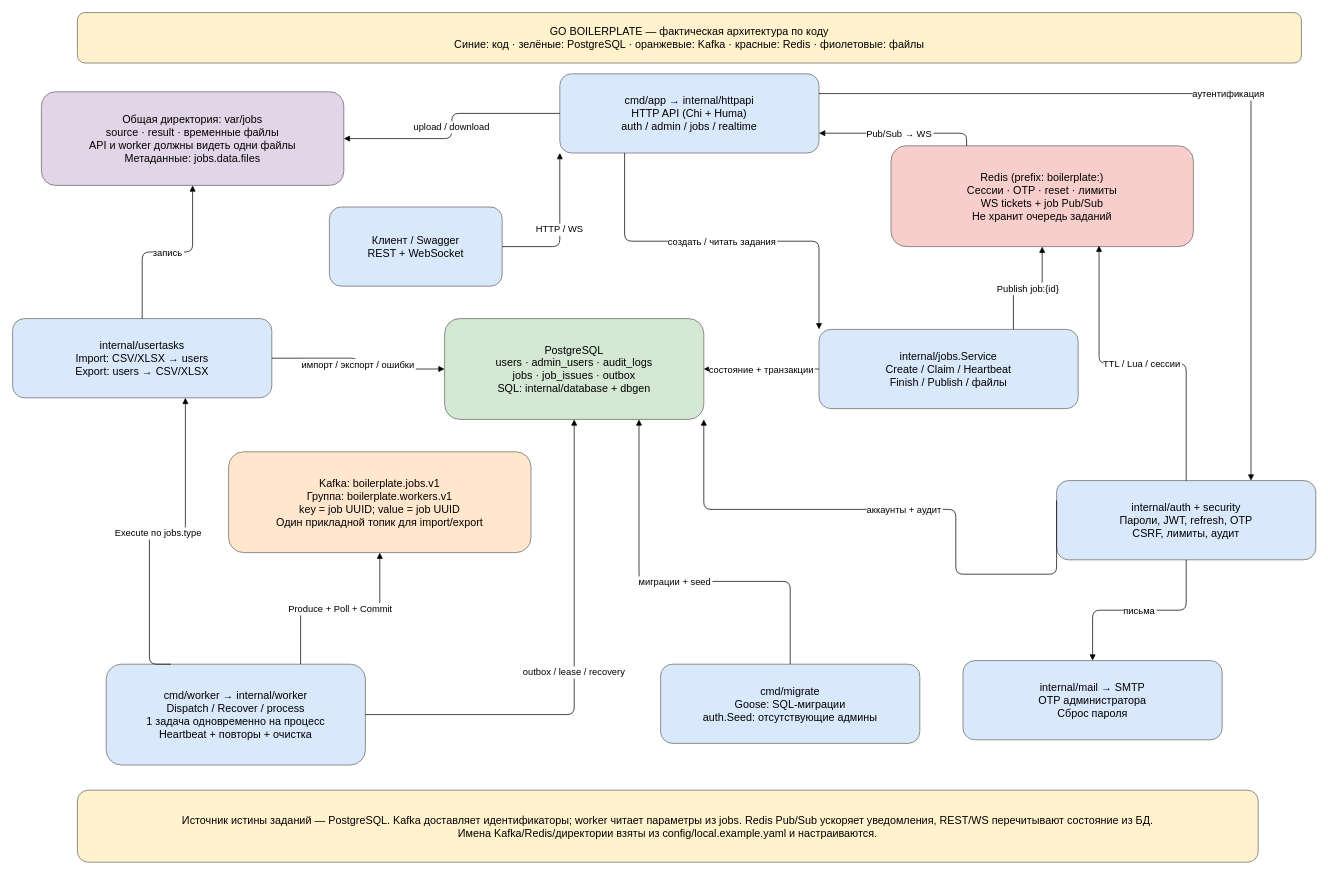
baibakovkir/go-boilerplate keeps this draw.io diagram as page "1. Сервисы и хранилища" (1 of 3) of docs/processes.drawio. Above is the earlier version. Source tidied: cells renumbered, new cells numbered last; positions are measured from the earlier drawing's top-left corner, leaving out a move shared by most shapes. Both pictures are drawn from the tidied source at 72%, with x=0, y=0 at pixel (12, 12).
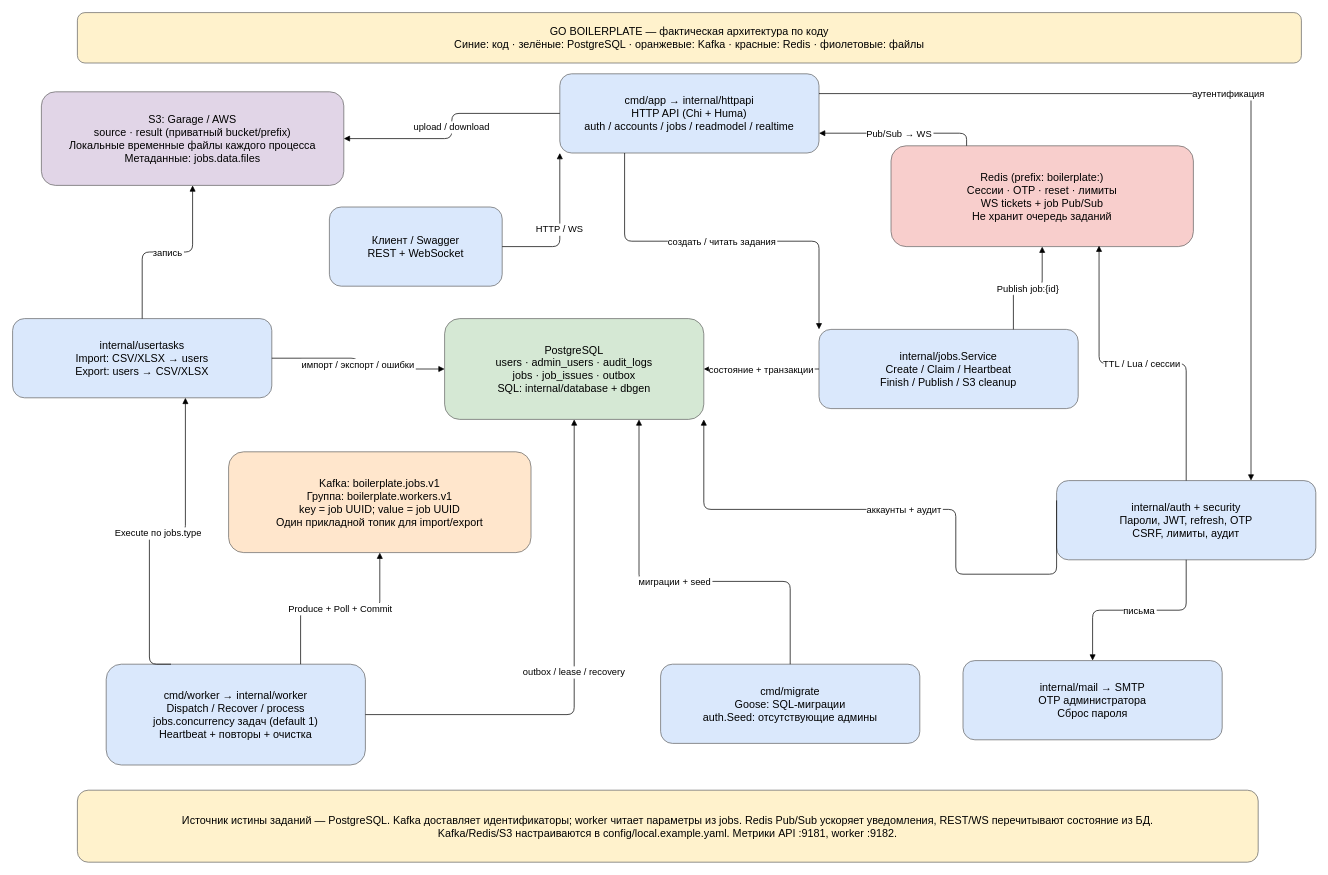
The same page after the edit.

Diff of the diagram source:
```diff
@@
-    <mxCell id="4" value="cmd/app → internal/httpapi&#10;HTTP API (Chi + Huma)&#10;auth / admin / jobs / realtime" style="rounded=1;whiteSpace=wrap;html=0;fillColor=#dae8fc;strokeColor=#666666;fontSize=15;spacing=12;" parent="1" vertex="1">
+    <mxCell id="4" value="cmd/app → internal/httpapi&#10;HTTP API (Chi + Huma)&#10;auth / accounts / jobs / readmodel / realtime" style="rounded=1;whiteSpace=wrap;html=0;fillColor=#dae8fc;strokeColor=#666666;fontSize=15;spacing=12;" parent="1" vertex="1">
       <mxGeometry x="760" y="85" width="360" height="110" as="geometry" />
     </mxCell>
@@
-    <mxCell id="6" value="internal/jobs.Service&#10;Create / Claim / Heartbeat&#10;Finish / Publish / файлы" style="rounded=1;whiteSpace=wrap;html=0;fillColor=#dae8fc;strokeColor=#666666;fontSize=15;spacing=12;" parent="1" vertex="1">
+    <mxCell id="6" value="internal/jobs.Service&#10;Create / Claim / Heartbeat&#10;Finish / Publish / S3 cleanup" style="rounded=1;whiteSpace=wrap;html=0;fillColor=#dae8fc;strokeColor=#666666;fontSize=15;spacing=12;" parent="1" vertex="1">
       <mxGeometry x="1120" y="440" width="360" height="110" as="geometry" />
     </mxCell>
@@
-    <mxCell id="8" value="cmd/worker → internal/worker&#10;Dispatch / Recover / process&#10;1 задача одновременно на процесс&#10;Heartbeat + повторы + очистка" style="rounded=1;whiteSpace=wrap;html=0;fillColor=#dae8fc;strokeColor=#666666;fontSize=15;spacing=12;" parent="1" vertex="1">
+    <mxCell id="8" value="cmd/worker → internal/worker&#10;Dispatch / Recover / process&#10;jobs.concurrency задач (default 1)&#10;Heartbeat + повторы + очистка" style="rounded=1;whiteSpace=wrap;html=0;fillColor=#dae8fc;strokeColor=#666666;fontSize=15;spacing=12;" parent="1" vertex="1">
       <mxGeometry x="130" y="905" width="360" height="140" as="geometry" />
     </mxCell>
@@
-    <mxCell id="12" value="Общая директория: var/jobs&#10;source · result · временные файлы&#10;API и worker должны видеть одни файлы&#10;Метаданные: jobs.data.files" style="rounded=1;whiteSpace=wrap;html=0;fillColor=#e1d5e7;strokeColor=#666666;fontSize=15;spacing=12;" parent="1" vertex="1">
+    <mxCell id="12" value="S3: Garage / AWS&#10;source · result (приватный bucket/prefix)&#10;Локальные временные файлы каждого процесса&#10;Метаданные: jobs.data.files" style="rounded=1;whiteSpace=wrap;html=0;fillColor=#e1d5e7;strokeColor=#666666;fontSize=15;spacing=12;" parent="1" vertex="1">
       <mxGeometry x="40" y="110" width="420" height="130" as="geometry" />
     </mxCell>
@@
-    <mxCell id="31" value="Источник истины заданий — PostgreSQL. Kafka доставляет идентификаторы; worker читает параметры из jobs. Redis Pub/Sub ускоряет уведомления, REST/WS перечитывают состояние из БД.&#10;Имена Kafka/Redis/директории взяты из config/local.example.yaml и настраиваются." style="rounded=1;whiteSpace=wrap;html=0;fillColor=#fff2cc;strokeColor=#666666;fontSize=15;spacing=12;" parent="1" vertex="1">
+    <mxCell id="31" value="Источник истины заданий — PostgreSQL. Kafka доставляет идентификаторы; worker читает параметры из jobs. Redis Pub/Sub ускоряет уведомления, REST/WS перечитывают состояние из БД.&#10;Kafka/Redis/S3 настраиваются в config/local.example.yaml. Метрики API :9181, worker :9182." style="rounded=1;whiteSpace=wrap;html=0;fillColor=#fff2cc;strokeColor=#666666;fontSize=15;spacing=12;" parent="1" vertex="1">
       <mxGeometry x="90" y="1080" width="1640" height="100" as="geometry" />
     </mxCell>
```
